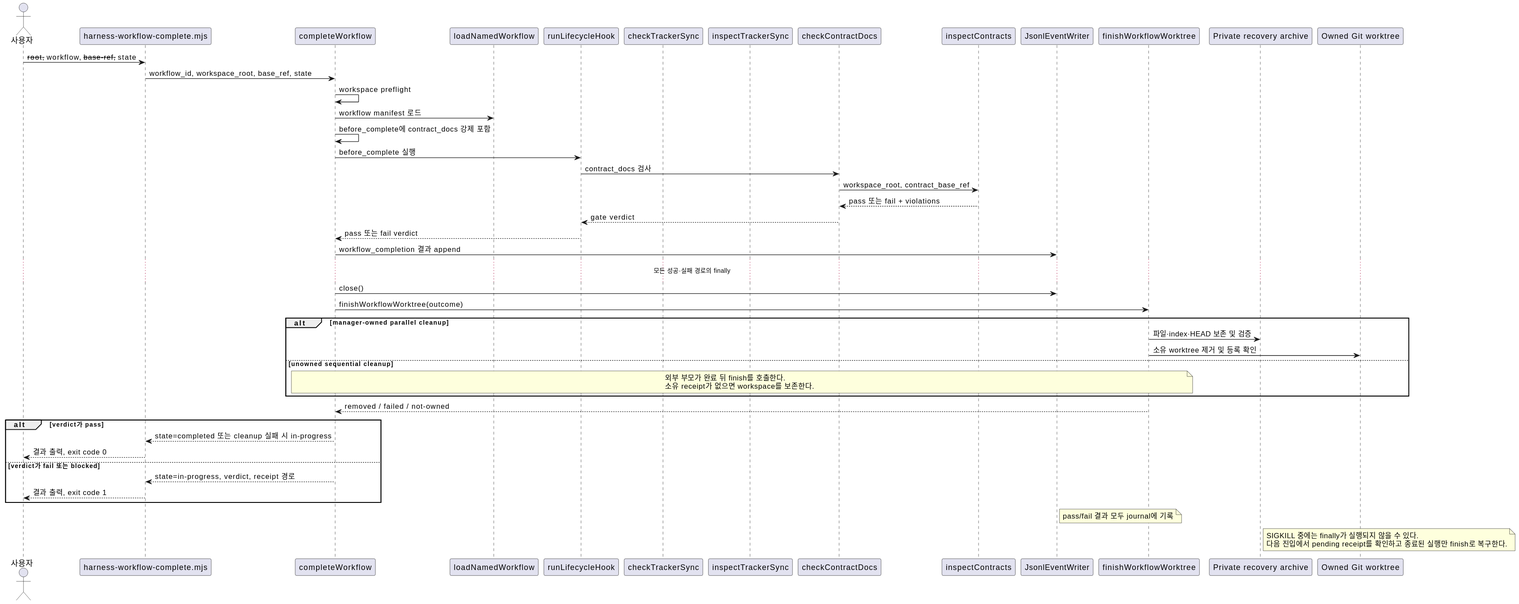
Before: docs/contracts/diagrams/contracts-feature.sequence.svg, a diagram exported from PlantUML (omegafrog/harness-codex). Its diagram source:
```plantuml
@startuml
actor 사용자
participant "harness-workflow-complete.mjs" as cli
participant "completeWorkflow" as complete
participant "loadNamedWorkflow" as load
participant "runLifecycleHook" as lifecycle
participant "checkTrackerSync" as trackerGate
participant "inspectTrackerSync" as trackerInspect
participant "checkContractDocs" as contractGate
participant "inspectContracts" as inspect
participant "JsonlEventWriter" as journal
participant "finishWorkflowWorktree" as finish
participant "Private recovery archive" as archive
participant "Owned Git worktree" as worktree
사용자 -> cli : --root, --workflow, --base-ref, --state
cli -> complete : workflow_id, workspace_root, base_ref, state
complete -> complete : workspace preflight
complete -> load : workflow manifest 로드
complete -> complete : before_complete에 contract_docs 강제 포함
complete -> lifecycle : before_complete 실행
lifecycle -> contractGate : contract_docs 검사
contractGate -> inspect : workspace_root, contract_base_ref
inspect --> contractGate : pass 또는 fail + violations
contractGate --> lifecycle : gate verdict
lifecycle --> complete : pass 또는 fail verdict
complete -> journal : workflow_completion 결과 append
... 모든 성공·실패 경로의 finally ...
complete -> journal : close()
complete -> finish : finishWorkflowWorktree(outcome)
alt manager-owned parallel cleanup
  finish -> archive : 파일·index·HEAD 보존 및 검증
  finish -> worktree : 소유 worktree 제거 및 등록 확인
else unowned sequential cleanup
  note over complete,finish
    외부 부모가 완료 뒤 finish를 호출한다.
    소유 receipt가 없으면 workspace를 보존한다.
  end note
end
finish --> complete : removed / failed / not-owned
alt verdict가 pass
  complete --> cli : state=completed 또는 cleanup 실패 시 in-progress
  cli --> 사용자 : 결과 출력, exit code 0
else verdict가 fail 또는 blocked
  complete --> cli : state=in-progress, verdict, receipt 경로
  cli --> 사용자 : 결과 출력, exit code 1
end
note right of journal
  pass/fail 결과 모두 journal에 기록
end note
note right of archive
  SIGKILL 중에는 finally가 실행되지 않을 수 있다.
  다음 진입에서 pending receipt를 확인하고 종료된 실행만 finish로 복구한다.
end note
@enduml
```
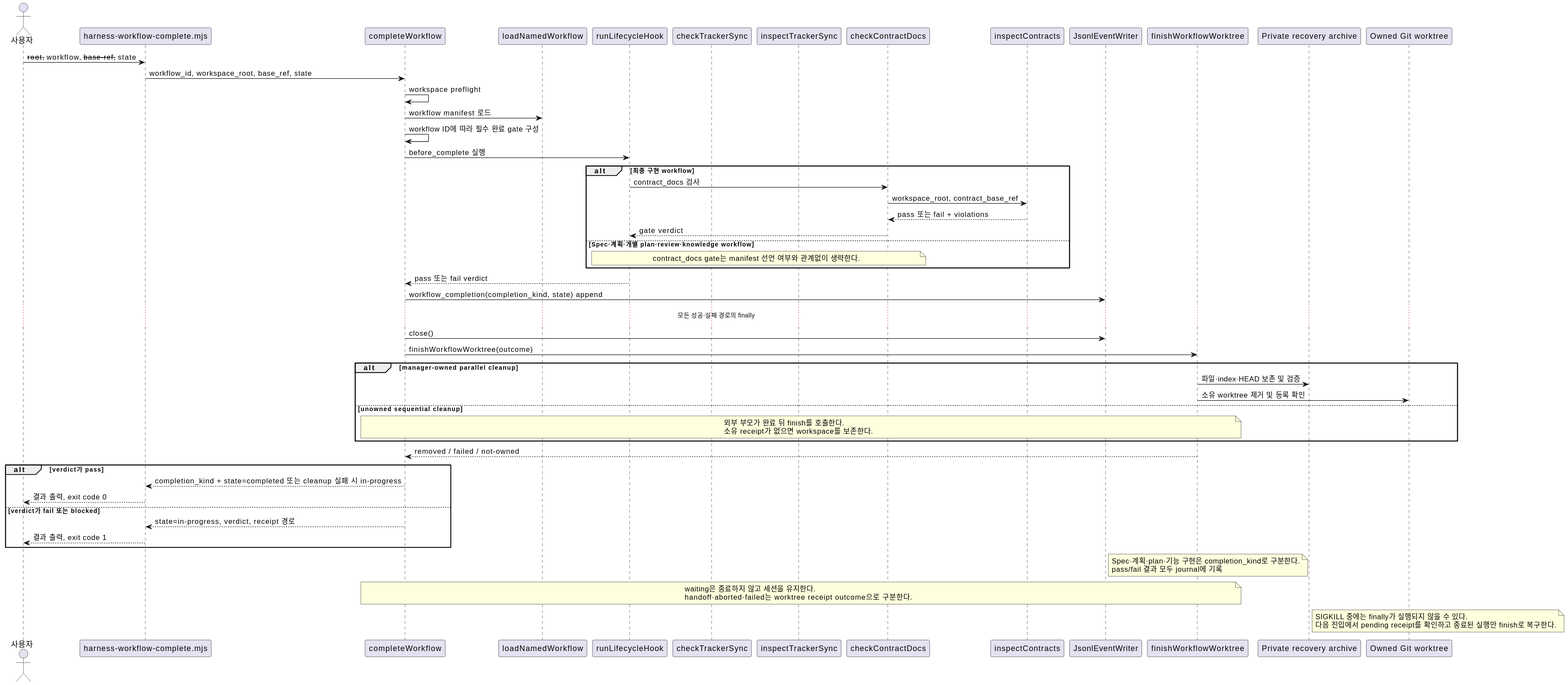
The same diagram one commit later.

Diff of the diagram source:
```diff
@@ -16,14 +16,20 @@
 cli -> complete : workflow_id, workspace_root, base_ref, state
 complete -> complete : workspace preflight
 complete -> load : workflow manifest 로드
-complete -> complete : before_complete에 contract_docs 강제 포함
+complete -> complete : workflow ID에 따라 필수 완료 gate 구성
 complete -> lifecycle : before_complete 실행
-lifecycle -> contractGate : contract_docs 검사
-contractGate -> inspect : workspace_root, contract_base_ref
-inspect --> contractGate : pass 또는 fail + violations
-contractGate --> lifecycle : gate verdict
+alt 최종 구현 workflow
+  lifecycle -> contractGate : contract_docs 검사
+  contractGate -> inspect : workspace_root, contract_base_ref
+  inspect --> contractGate : pass 또는 fail + violations
+  contractGate --> lifecycle : gate verdict
+else Spec·계획·개별 plan·review·knowledge workflow
+  note over lifecycle,contractGate
+    contract_docs gate는 manifest 선언 여부와 관계없이 생략한다.
+  end note
+end
 lifecycle --> complete : pass 또는 fail verdict
-complete -> journal : workflow_completion 결과 append
+complete -> journal : workflow_completion(completion_kind, state) append
 ... 모든 성공·실패 경로의 finally ...
 complete -> journal : close()
 complete -> finish : finishWorkflowWorktree(outcome)
@@ -38,14 +44,19 @@
 end
 finish --> complete : removed / failed / not-owned
 alt verdict가 pass
-  complete --> cli : state=completed 또는 cleanup 실패 시 in-progress
+  complete --> cli : completion_kind + state=completed 또는 cleanup 실패 시 in-progress
   cli --> 사용자 : 결과 출력, exit code 0
 else verdict가 fail 또는 blocked
   complete --> cli : state=in-progress, verdict, receipt 경로
   cli --> 사용자 : 결과 출력, exit code 1
 end
 note right of journal
+  Spec·계획·plan·기능 구현은 completion_kind로 구분한다.
   pass/fail 결과 모두 journal에 기록
+end note
+note over complete,finish
+  waiting은 종료하지 않고 세션을 유지한다.
+  handoff·aborted·failed는 worktree receipt outcome으로 구분한다.
 end note
 note right of archive
   SIGKILL 중에는 finally가 실행되지 않을 수 있다.
```
